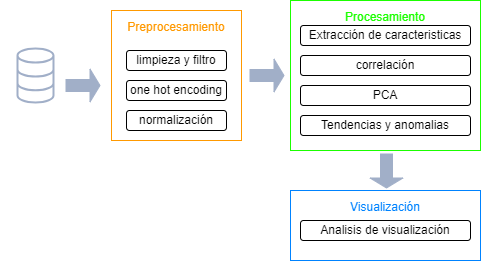
Before: informeArticulo/imagenes/pipeline.png, a diagram exported from draw.io (hAriasm/RecuperacionInfo). Source tidied: cells renumbered, new cells last; positions are measured from the earlier drawing's top-left corner, leaving out a move shared by most shapes. Source of this version:
```xml
<mxGraphModel>
  <root>
    <mxCell id="0" />
    <mxCell id="1" parent="0" />
    <mxCell id="2" style="sketch=0;fontColor=#FFFFFF;fillColor=#FFFFFF;strokeColor=#A1AFC8;dashed=0;verticalLabelPosition=bottom;verticalAlign=top;align=center;html=1;fontSize=12;fontStyle=0;shape=mxgraph.aws4.resourceIcon;resIcon=mxgraph.aws4.database;" parent="1" vertex="1">
      <mxGeometry y="40" width="70" height="70" as="geometry" />
    </mxCell>
    <mxCell id="3" value="Preprocesamiento" style="gradientColor=none;html=1;whiteSpace=wrap;fontSize=12;fontStyle=0;strokeColor=#FF9900;fillColor=none;verticalAlign=top;align=center;fontColor=#FF9900;dashed=0;spacingTop=3;" parent="1" vertex="1">
      <mxGeometry x="111" y="10" width="130" height="130" as="geometry" />
    </mxCell>
    <mxCell id="4" value="Procesamiento" style="gradientColor=none;html=1;whiteSpace=wrap;fontSize=12;fontStyle=0;strokeColor=#1BFF00;fillColor=none;verticalAlign=top;align=center;fontColor=#1BFF00;dashed=0;spacingTop=3;" parent="1" vertex="1">
      <mxGeometry x="290" width="190" height="150" as="geometry" />
    </mxCell>
    <mxCell id="5" value="limpieza y filtro" style="rounded=1;whiteSpace=wrap;html=1;" parent="1" vertex="1">
      <mxGeometry x="126" y="50" width="100" height="20" as="geometry" />
    </mxCell>
    <mxCell id="6" value="one hot encoding" style="rounded=1;whiteSpace=wrap;html=1;" parent="1" vertex="1">
      <mxGeometry x="126" y="80" width="100" height="20" as="geometry" />
    </mxCell>
    <mxCell id="7" value="normalización" style="rounded=1;whiteSpace=wrap;html=1;" parent="1" vertex="1">
      <mxGeometry x="126" y="110" width="100" height="20" as="geometry" />
    </mxCell>
    <mxCell id="8" value="Extracción de caracteristicas" style="rounded=1;whiteSpace=wrap;html=1;" parent="1" vertex="1">
      <mxGeometry x="300" y="25" width="170" height="20" as="geometry" />
    </mxCell>
    <mxCell id="9" value="Visualización" style="gradientColor=none;html=1;whiteSpace=wrap;fontSize=12;fontStyle=0;strokeColor=#0083FF;fillColor=none;verticalAlign=top;align=center;fontColor=#0083FF;dashed=0;spacingTop=3;" parent="1" vertex="1">
      <mxGeometry x="290" y="190" width="190" height="70" as="geometry" />
    </mxCell>
    <mxCell id="10" value="PCA" style="rounded=1;whiteSpace=wrap;html=1;" parent="1" vertex="1">
      <mxGeometry x="300" y="85" width="170" height="20" as="geometry" />
    </mxCell>
    <mxCell id="11" value="correlación" style="rounded=1;whiteSpace=wrap;html=1;" parent="1" vertex="1">
      <mxGeometry x="300" y="55" width="170" height="20" as="geometry" />
    </mxCell>
    <mxCell id="12" value="Tendencias y anomalias" style="rounded=1;whiteSpace=wrap;html=1;" parent="1" vertex="1">
      <mxGeometry x="300" y="115" width="170" height="20" as="geometry" />
    </mxCell>
    <mxCell id="13" style="shape=flexArrow;endArrow=classic;html=1;rounded=0;width=12;endSize=3;strokeColor=#A1AFC8;fillColor=#A1AFC8;" parent="1" edge="1">
      <mxGeometry relative="1" as="geometry">
        <mxPoint x="65" y="85" as="sourcePoint" />
        <mxPoint x="100" y="85" as="targetPoint" />
      </mxGeometry>
    </mxCell>
    <mxCell id="14" style="shape=flexArrow;endArrow=classic;html=1;rounded=0;width=12;endSize=3;strokeColor=#A1AFC8;fillColor=#A1AFC8;" parent="1" edge="1">
      <mxGeometry relative="1" as="geometry">
        <mxPoint x="249" y="75" as="sourcePoint" />
        <mxPoint x="284" y="75" as="targetPoint" />
      </mxGeometry>
    </mxCell>
    <mxCell id="15" style="shape=flexArrow;endArrow=classic;html=1;rounded=0;width=12;endSize=3;strokeColor=#A1AFC8;fillColor=#A1AFC8;" parent="1" edge="1">
      <mxGeometry relative="1" as="geometry">
        <mxPoint x="386" y="153" as="sourcePoint" />
        <mxPoint x="386" y="188" as="targetPoint" />
      </mxGeometry>
    </mxCell>
    <mxCell id="16" value="Analisis de visualización" style="rounded=1;whiteSpace=wrap;html=1;" parent="1" vertex="1">
      <mxGeometry x="300" y="220" width="170" height="20" as="geometry" />
    </mxCell>
  </root>
</mxGraphModel>
```
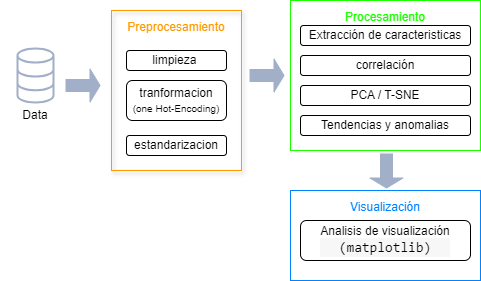
Above is the later version.

Commit message:
modificacion de pipeline

The edit, as a diff of the source:
```diff
@@ -5,28 +5,28 @@
     <mxCell id="2" style="sketch=0;fontColor=#FFFFFF;fillColor=#FFFFFF;strokeColor=#A1AFC8;dashed=0;verticalLabelPosition=bottom;verticalAlign=top;align=center;html=1;fontSize=12;fontStyle=0;shape=mxgraph.aws4.resourceIcon;resIcon=mxgraph.aws4.database;" parent="1" vertex="1">
       <mxGeometry y="40" width="70" height="70" as="geometry" />
     </mxCell>
-    <mxCell id="3" value="Preprocesamiento" style="gradientColor=none;html=1;whiteSpace=wrap;fontSize=12;fontStyle=0;strokeColor=#FF9900;fillColor=none;verticalAlign=top;align=center;fontColor=#FF9900;dashed=0;spacingTop=3;" parent="1" vertex="1">
-      <mxGeometry x="111" y="10" width="130" height="130" as="geometry" />
+    <mxCell id="3" value="Preprocesamiento" style="gradientColor=none;html=1;whiteSpace=wrap;fontSize=12;fontStyle=0;strokeColor=#FF9900;fillColor=none;verticalAlign=top;align=center;fontColor=#FF9900;dashed=0;spacingTop=3;shadow=1;" parent="1" vertex="1">
+      <mxGeometry x="111" y="10" width="130" height="160" as="geometry" />
     </mxCell>
     <mxCell id="4" value="Procesamiento" style="gradientColor=none;html=1;whiteSpace=wrap;fontSize=12;fontStyle=0;strokeColor=#1BFF00;fillColor=none;verticalAlign=top;align=center;fontColor=#1BFF00;dashed=0;spacingTop=3;" parent="1" vertex="1">
       <mxGeometry x="290" width="190" height="150" as="geometry" />
     </mxCell>
-    <mxCell id="5" value="limpieza y filtro" style="rounded=1;whiteSpace=wrap;html=1;" parent="1" vertex="1">
+    <mxCell id="5" value="limpieza&amp;nbsp;" style="rounded=1;whiteSpace=wrap;html=1;" parent="1" vertex="1">
       <mxGeometry x="126" y="50" width="100" height="20" as="geometry" />
     </mxCell>
-    <mxCell id="6" value="one hot encoding" style="rounded=1;whiteSpace=wrap;html=1;" parent="1" vertex="1">
-      <mxGeometry x="126" y="80" width="100" height="20" as="geometry" />
+    <mxCell id="6" value="tranformacion&lt;div&gt;&lt;font style=&quot;font-size: 10px;&quot;&gt;(one Hot-Encoding)&lt;/font&gt;&lt;/div&gt;" style="rounded=1;whiteSpace=wrap;html=1;" parent="1" vertex="1">
+      <mxGeometry x="126" y="80" width="100" height="40" as="geometry" />
     </mxCell>
-    <mxCell id="7" value="normalización" style="rounded=1;whiteSpace=wrap;html=1;" parent="1" vertex="1">
-      <mxGeometry x="126" y="110" width="100" height="20" as="geometry" />
+    <mxCell id="7" value="estandarizacion" style="rounded=1;whiteSpace=wrap;html=1;" parent="1" vertex="1">
+      <mxGeometry x="126" y="135" width="100" height="20" as="geometry" />
     </mxCell>
     <mxCell id="8" value="Extracción de caracteristicas" style="rounded=1;whiteSpace=wrap;html=1;" parent="1" vertex="1">
       <mxGeometry x="300" y="25" width="170" height="20" as="geometry" />
     </mxCell>
     <mxCell id="9" value="Visualización" style="gradientColor=none;html=1;whiteSpace=wrap;fontSize=12;fontStyle=0;strokeColor=#0083FF;fillColor=none;verticalAlign=top;align=center;fontColor=#0083FF;dashed=0;spacingTop=3;" parent="1" vertex="1">
-      <mxGeometry x="290" y="190" width="190" height="70" as="geometry" />
+      <mxGeometry x="290" y="190" width="190" height="90" as="geometry" />
     </mxCell>
-    <mxCell id="10" value="PCA" style="rounded=1;whiteSpace=wrap;html=1;" parent="1" vertex="1">
+    <mxCell id="10" value="PCA / T-SNE" style="rounded=1;whiteSpace=wrap;html=1;" parent="1" vertex="1">
       <mxGeometry x="300" y="85" width="170" height="20" as="geometry" />
     </mxCell>
     <mxCell id="11" value="correlación" style="rounded=1;whiteSpace=wrap;html=1;" parent="1" vertex="1">
@@ -53,8 +53,11 @@
         <mxPoint x="386" y="188" as="targetPoint" />
       </mxGeometry>
     </mxCell>
-    <mxCell id="16" value="Analisis de visualización" style="rounded=1;whiteSpace=wrap;html=1;" parent="1" vertex="1">
-      <mxGeometry x="300" y="220" width="170" height="20" as="geometry" />
+    <mxCell id="16" value="Analisis de visualización&lt;div&gt;&lt;div style=&quot;background-color: rgb(247, 247, 247); font-family: monospace, Consolas, &amp;quot;Courier New&amp;quot;, monospace; font-size: 14px; line-height: 19px; white-space: pre;&quot;&gt;(matplotlib)&lt;/div&gt;&lt;/div&gt;" style="rounded=1;whiteSpace=wrap;html=1;" parent="1" vertex="1">
+      <mxGeometry x="300" y="220" width="170" height="40" as="geometry" />
     </mxCell>
+    <mxCell id="17" value="Data" style="text;html=1;align=center;verticalAlign=middle;whiteSpace=wrap;rounded=0;" parent="1" vertex="1">
+      <mxGeometry x="5" y="100" width="60" height="30" as="geometry" />
+    </mxCell>
   </root>
 </mxGraphModel>
```
